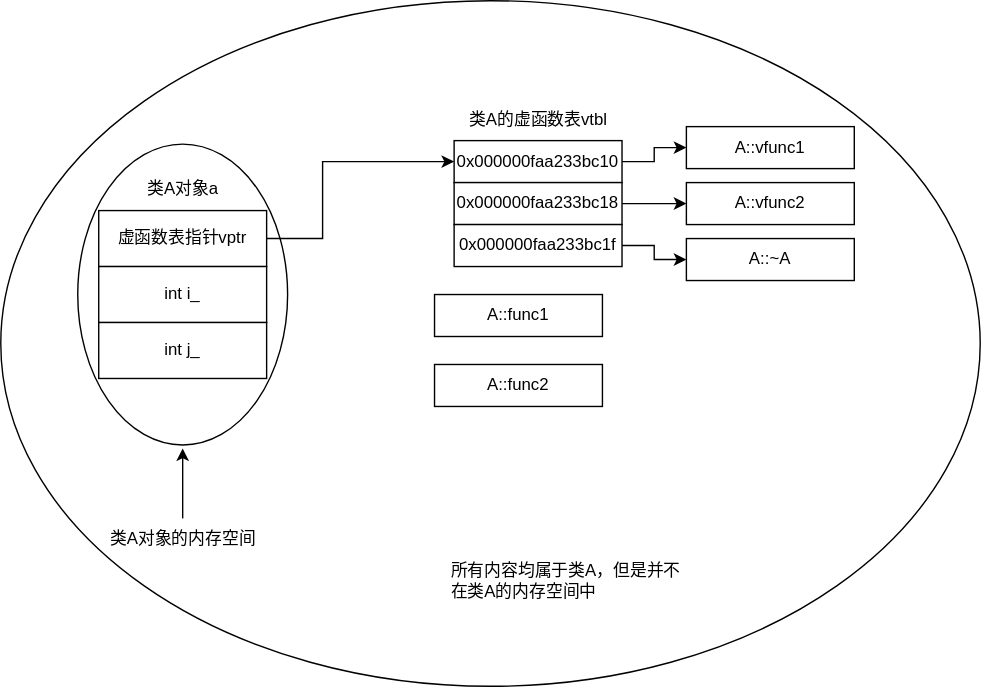
Before: source/image/C++/类A在内存中的布局.svg, a diagram exported from draw.io (CcooLcyy/CcooLcyy.github.io). Source tidied: cells renumbered, new cells last; positions are measured from the earlier drawing's top-left corner, leaving out a move shared by most shapes.
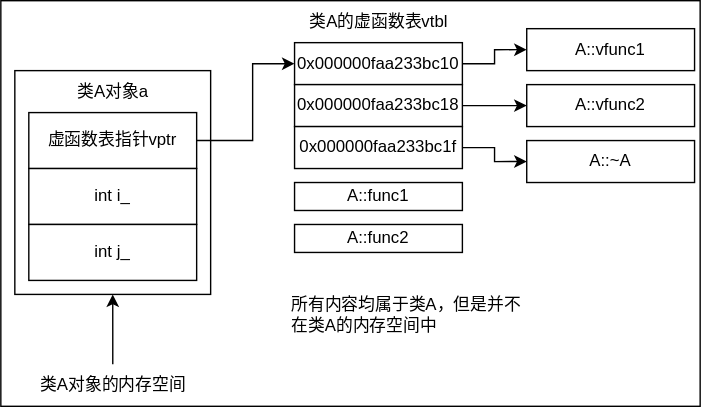
After the change.

What changed in the source:
```diff
@@ -2,12 +2,12 @@
   <root>
     <mxCell id="0" />
     <mxCell id="1" parent="0" />
-    <mxCell id="2" style="ellipse;whiteSpace=wrap;html=1;" parent="1" vertex="1">
-      <mxGeometry width="700" height="490" as="geometry" />
-    </mxCell>
-    <mxCell id="3" style="ellipse;whiteSpace=wrap;html=1;rotation=90;" parent="1" vertex="1">
-      <mxGeometry x="22.5" y="135" width="215" height="150" as="geometry" />
-    </mxCell>
+    <mxCell id="24" style="rounded=0;whiteSpace=wrap;html=1;" parent="1" vertex="1">
+      <mxGeometry x="50" y="70" width="500" height="290" as="geometry" />
+    </mxCell>
+    <mxCell id="25" style="rounded=0;whiteSpace=wrap;html=1;" parent="1" vertex="1">
+      <mxGeometry x="60" y="120" width="140" height="160" as="geometry" />
+    </mxCell>
     <mxCell id="4" style="edgeStyle=orthogonalEdgeStyle;rounded=0;jettySize=auto;html=1;" parent="1" edge="1" source="5" target="10">
       <mxGeometry relative="1" as="geometry">
         <Array as="points">
@@ -32,48 +32,48 @@
       <mxGeometry relative="1" as="geometry" />
     </mxCell>
     <mxCell id="10" value="0x000000faa233bc10" style="whiteSpace=wrap;html=1;rounded=0;" parent="1" vertex="1">
-      <mxGeometry x="324" y="100" width="120" height="30" as="geometry" />
+      <mxGeometry x="260" y="100" width="120" height="30" as="geometry" />
     </mxCell>
     <mxCell id="11" style="edgeStyle=orthogonalEdgeStyle;rounded=0;jettySize=auto;html=1;entryX=0;entryY=0.5;entryDx=0;entryDy=0;" parent="1" edge="1" source="12" target="17">
       <mxGeometry relative="1" as="geometry" />
     </mxCell>
     <mxCell id="12" value="0x000000faa233bc18" style="whiteSpace=wrap;html=1;rounded=0;" parent="1" vertex="1">
-      <mxGeometry x="324" y="130" width="120" height="30" as="geometry" />
+      <mxGeometry x="260" y="130" width="120" height="30" as="geometry" />
     </mxCell>
     <mxCell id="13" style="edgeStyle=orthogonalEdgeStyle;rounded=0;jettySize=auto;html=1;entryX=0;entryY=0.5;entryDx=0;entryDy=0;" parent="1" edge="1" source="14" target="18">
       <mxGeometry relative="1" as="geometry" />
     </mxCell>
     <mxCell id="14" value="0x000000faa233bc1f" style="whiteSpace=wrap;html=1;rounded=0;" parent="1" vertex="1">
-      <mxGeometry x="324" y="160" width="120" height="30" as="geometry" />
+      <mxGeometry x="260" y="160" width="120" height="30" as="geometry" />
     </mxCell>
     <mxCell id="15" value="类A的虚函数表vtbl" style="text;html=1;align=center;verticalAlign=middle;strokeColor=none;fillColor=none;" parent="1" vertex="1">
-      <mxGeometry x="324" y="70" width="120" height="30" as="geometry" />
+      <mxGeometry x="260" y="70" width="120" height="30" as="geometry" />
     </mxCell>
     <mxCell id="16" value="A::vfunc1" style="whiteSpace=wrap;html=1;rounded=0;" parent="1" vertex="1">
-      <mxGeometry x="490" y="90" width="120" height="30" as="geometry" />
+      <mxGeometry x="426" y="90" width="120" height="30" as="geometry" />
     </mxCell>
     <mxCell id="17" value="A::vfunc2" style="whiteSpace=wrap;html=1;rounded=0;" parent="1" vertex="1">
-      <mxGeometry x="490" y="130" width="120" height="30" as="geometry" />
+      <mxGeometry x="426" y="130" width="120" height="30" as="geometry" />
     </mxCell>
     <mxCell id="18" value="A::~A" style="whiteSpace=wrap;html=1;rounded=0;" parent="1" vertex="1">
-      <mxGeometry x="490" y="170" width="120" height="30" as="geometry" />
+      <mxGeometry x="426" y="170" width="120" height="30" as="geometry" />
     </mxCell>
     <mxCell id="19" value="A::func1" style="whiteSpace=wrap;html=1;rounded=0;" parent="1" vertex="1">
-      <mxGeometry x="310" y="210" width="120" height="30" as="geometry" />
+      <mxGeometry x="260" y="200" width="120" height="20" as="geometry" />
     </mxCell>
     <mxCell id="20" value="A::func2" style="whiteSpace=wrap;html=1;rounded=0;" parent="1" vertex="1">
-      <mxGeometry x="310" y="260" width="120" height="30" as="geometry" />
+      <mxGeometry x="260" y="230" width="120" height="20" as="geometry" />
     </mxCell>
     <mxCell id="21" style="edgeStyle=orthogonalEdgeStyle;rounded=0;jettySize=auto;html=1;" parent="1" edge="1" source="22">
       <mxGeometry relative="1" as="geometry">
-        <mxPoint x="130" y="320" as="targetPoint" />
+        <mxPoint x="130" y="280" as="targetPoint" />
       </mxGeometry>
     </mxCell>
     <mxCell id="22" value="类A对象的内存空间" style="text;html=1;align=center;verticalAlign=middle;points=[];strokeColor=none;fillColor=none;" parent="1" vertex="1">
-      <mxGeometry x="65" y="370" width="130" height="30" as="geometry" />
+      <mxGeometry x="65" y="330" width="130" height="30" as="geometry" />
     </mxCell>
     <mxCell id="23" value="所有内容均属于类A，但是并不在类A的内存空间中" style="text;html=1;align=left;verticalAlign=middle;whiteSpace=wrap;rounded=0;" parent="1" vertex="1">
-      <mxGeometry x="320" y="400" width="170" height="30" as="geometry" />
+      <mxGeometry x="256" y="280" width="170" height="30" as="geometry" />
     </mxCell>
   </root>
 </mxGraphModel>
```
